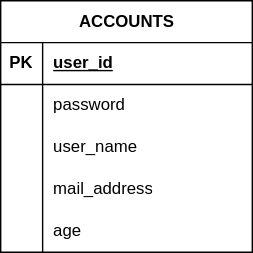
Earlier version of the draw.io export er図.drawio.svg (hokuto-fukura/software_engineering). Source tidied: cells renumbered, new cells last; positions are measured from the earlier drawing's top-left corner, leaving out a move shared by most shapes.
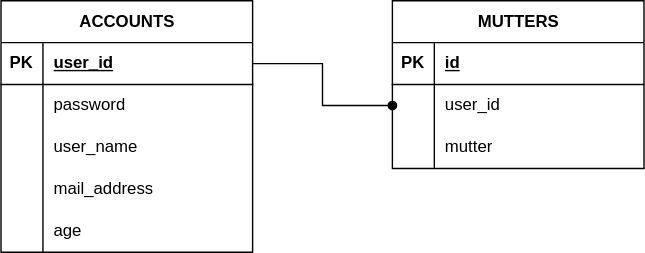
The same diagram one commit later.

Commit message:
er図.drawio.svg を更新します

The edit, as a diff of the source:
```diff
@@ -50,5 +50,38 @@
     <mxCell id="17" value="age" style="shape=partialRectangle;fillColor=none;top=0;left=0;bottom=0;right=0;align=left;spacingLeft=6;overflow=hidden;whiteSpace=wrap;html=1;" parent="15" vertex="1">
       <mxGeometry x="30" width="150" height="30" as="geometry" />
     </mxCell>
+    <mxCell id="18" value="MUTTERS" style="shape=table;startSize=30;rowLines=0;fontStyle=1;align=center;html=1;" parent="1" vertex="1">
+      <mxGeometry x="280" width="180" height="120" as="geometry" />
+    </mxCell>
+    <mxCell id="19" style="shape=tableRow;horizontal=0;startSize=0;swimlaneHead=0;swimlaneBody=0;fillColor=none;top=0;left=0;right=0;bottom=1;" parent="18" vertex="1">
+      <mxGeometry y="30" width="180" height="30" as="geometry" />
+    </mxCell>
+    <mxCell id="20" value="PK" style="shape=partialRectangle;fillColor=none;top=0;left=0;bottom=0;right=0;fontStyle=1;overflow=hidden;whiteSpace=wrap;html=1;" parent="19" vertex="1">
+      <mxGeometry width="30" height="30" as="geometry" />
+    </mxCell>
+    <mxCell id="21" value="id" style="shape=partialRectangle;fillColor=none;top=0;left=0;bottom=0;right=0;align=left;spacingLeft=6;fontStyle=5;overflow=hidden;whiteSpace=wrap;html=1;" parent="19" vertex="1">
+      <mxGeometry x="30" width="150" height="30" as="geometry" />
+    </mxCell>
+    <mxCell id="22" style="shape=tableRow;horizontal=0;startSize=0;swimlaneHead=0;swimlaneBody=0;fillColor=none;points=[[0,0.5],[1,0.5]];portConstraint=eastwest;top=0;left=0;right=0;bottom=0;" parent="18" vertex="1">
+      <mxGeometry y="60" width="180" height="30" as="geometry" />
+    </mxCell>
+    <mxCell id="23" style="shape=partialRectangle;fillColor=none;top=0;left=0;bottom=0;right=0;overflow=hidden;whiteSpace=wrap;html=1;" parent="22" vertex="1">
+      <mxGeometry width="30" height="30" as="geometry" />
+    </mxCell>
+    <mxCell id="24" value="user_id" style="shape=partialRectangle;fillColor=none;top=0;left=0;bottom=0;right=0;align=left;spacingLeft=6;overflow=hidden;whiteSpace=wrap;html=1;" parent="22" vertex="1">
+      <mxGeometry x="30" width="150" height="30" as="geometry" />
+    </mxCell>
+    <mxCell id="25" style="shape=tableRow;horizontal=0;startSize=0;swimlaneHead=0;swimlaneBody=0;fillColor=none;top=0;left=0;right=0;bottom=0;" parent="18" vertex="1">
+      <mxGeometry y="90" width="180" height="30" as="geometry" />
+    </mxCell>
+    <mxCell id="26" style="shape=partialRectangle;fillColor=none;top=0;left=0;bottom=0;right=0;overflow=hidden;whiteSpace=wrap;html=1;" parent="25" vertex="1">
+      <mxGeometry width="30" height="30" as="geometry" />
+    </mxCell>
+    <mxCell id="27" value="mutter" style="shape=partialRectangle;fillColor=none;top=0;left=0;bottom=0;right=0;align=left;spacingLeft=6;overflow=hidden;whiteSpace=wrap;html=1;" parent="25" vertex="1">
+      <mxGeometry x="30" width="150" height="30" as="geometry" />
+    </mxCell>
+    <mxCell id="28" style="edgeStyle=orthogonalEdgeStyle;rounded=0;jettySize=auto;html=1;exitX=1;exitY=0.5;exitDx=0;exitDy=0;entryX=0;entryY=0.5;entryDx=0;entryDy=0;endArrow=oval;endFill=1;" parent="1" edge="1" source="3" target="22">
+      <mxGeometry relative="1" as="geometry" />
+    </mxCell>
   </root>
 </mxGraphModel>
```
